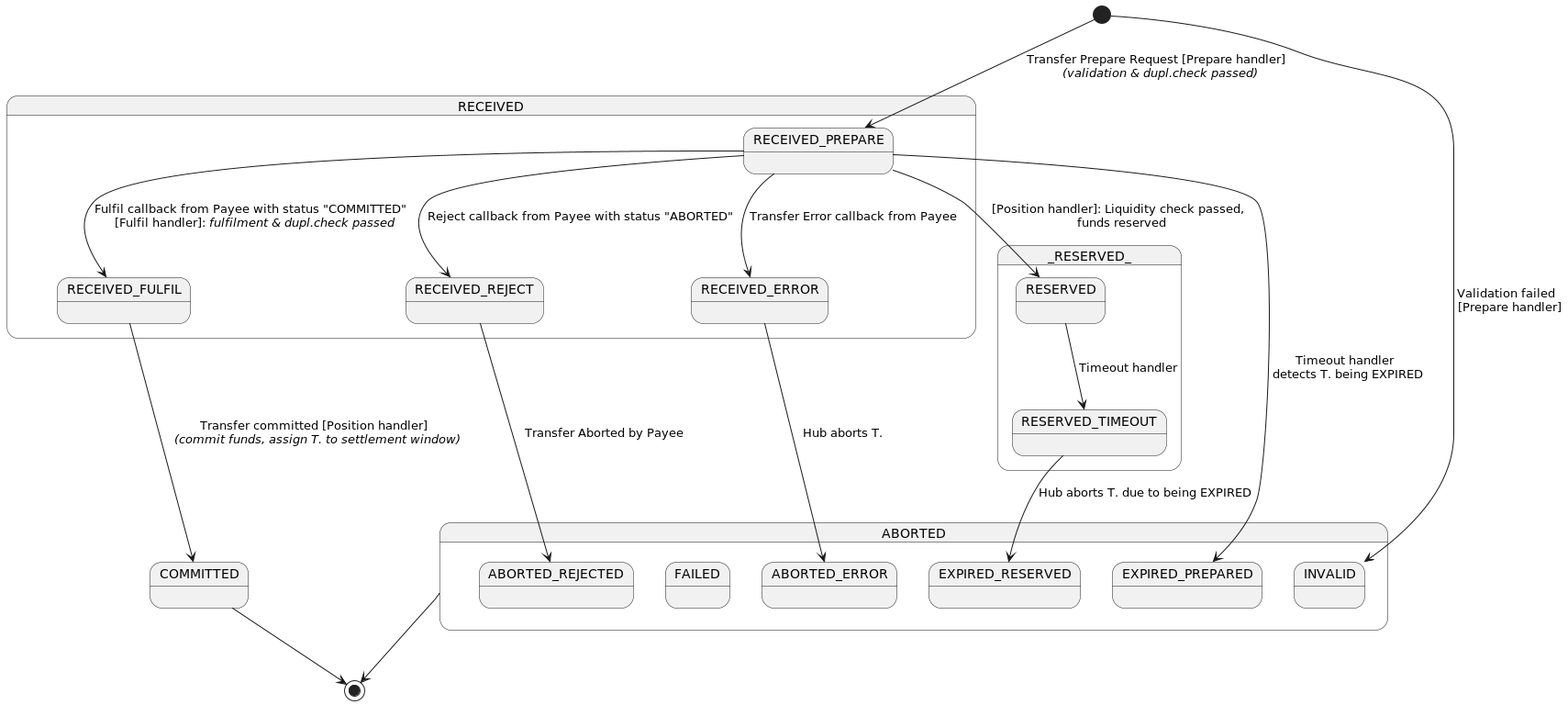
mojaloop/central-ledger keeps this PlantUML diagram as documentation/state-diagrams/transfer-internal-states-diagram.png. Above is the earlier version.
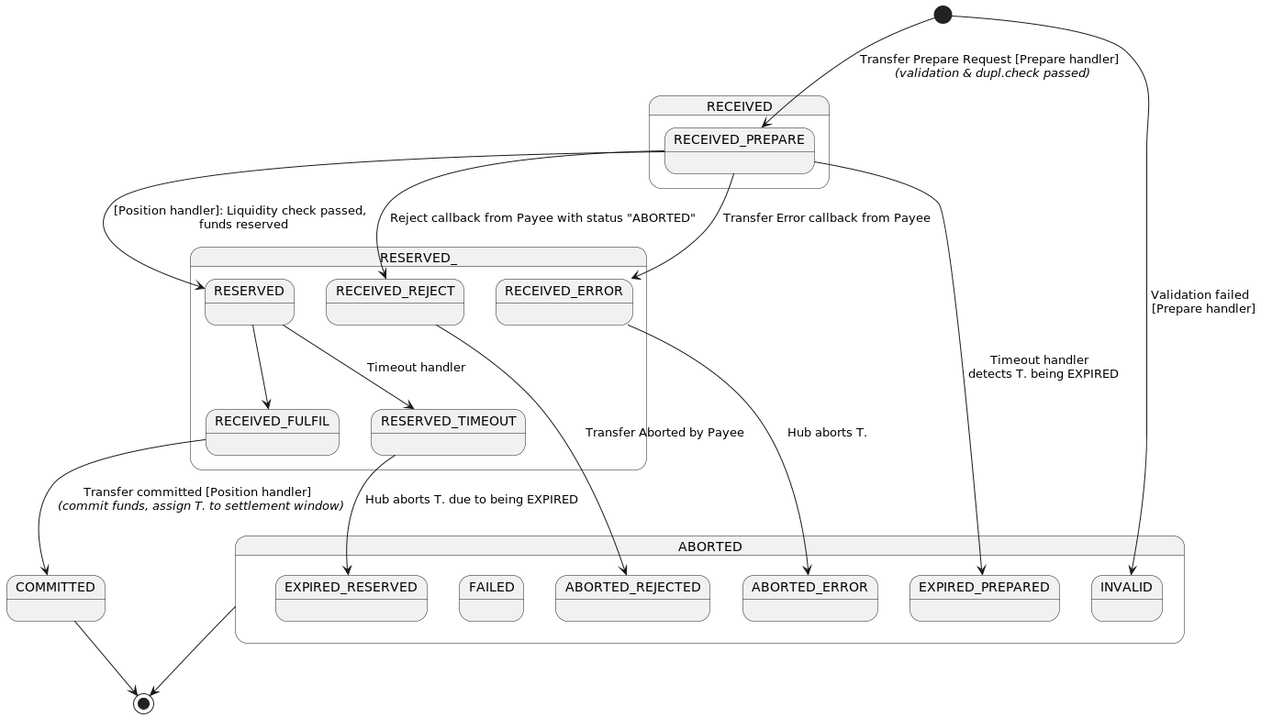
Above is the later version.

Commit message:
feat(mojaloop/#3818): added transfer state diagrams

Diff of the diagram source:
```diff
@@ -3,18 +3,18 @@
 state RECEIVED {
   state RECEIVED_PREPARE {
   }
+}
+
+state RESERVED_ {
+  state RESERVED {
+  }
   state RECEIVED_FULFIL {
+  }
+  state RESERVED_TIMEOUT {
   }
   state RECEIVED_REJECT {
   }
   state RECEIVED_ERROR {
-  }
-}
-
-state _RESERVED_ {
-  state RESERVED_TIMEOUT {
-  }
-  state RESERVED {
   }
 }
 
@@ -39,15 +39,16 @@
 [*] --> RECEIVED_PREPARE : Transfer Prepare Request [Prepare handler] \n <i>(validation & dupl.check passed)</i>
 [*] --> INVALID : Validation failed \n [Prepare handler]
 RECEIVED_PREPARE --> RESERVED : [Position handler]: Liquidity check passed, \n funds reserved
-RECEIVED_PREPARE --> RECEIVED_FULFIL : Fulfil callback from Payee with status "COMMITTED" \n [Fulfil handler]: <i>fulfilment & dupl.check passed</i>
+RECEIVED_PREPARE --> RECEIVED_REJECT : Reject callback from Payee with status "ABORTED"
+RECEIVED_PREPARE --> RECEIVED_ERROR : Transfer Error callback from Payee
+
 RECEIVED_FULFIL --> COMMITTED : Transfer committed [Position handler] \n <i>(commit funds, assign T. to settlement window)</i>
 
-RECEIVED_PREPARE --> RECEIVED_REJECT : Reject callback from Payee with status "ABORTED"
-RECEIVED_PREPARE --> RECEIVED_ERROR : Transfer Error callback from Payee
 RECEIVED_REJECT --> ABORTED_REJECTED : Transfer Aborted by Payee
 RECEIVED_ERROR --> ABORTED_ERROR : Hub aborts T.
 RECEIVED_PREPARE --> EXPIRED_PREPARED : Timeout handler \n detects T. being EXPIRED
 
+RESERVED --> RECEIVED_FULFIL
 RESERVED --> RESERVED_TIMEOUT : Timeout handler
 RESERVED_TIMEOUT --> EXPIRED_RESERVED : Hub aborts T. due to being EXPIRED
 
```
